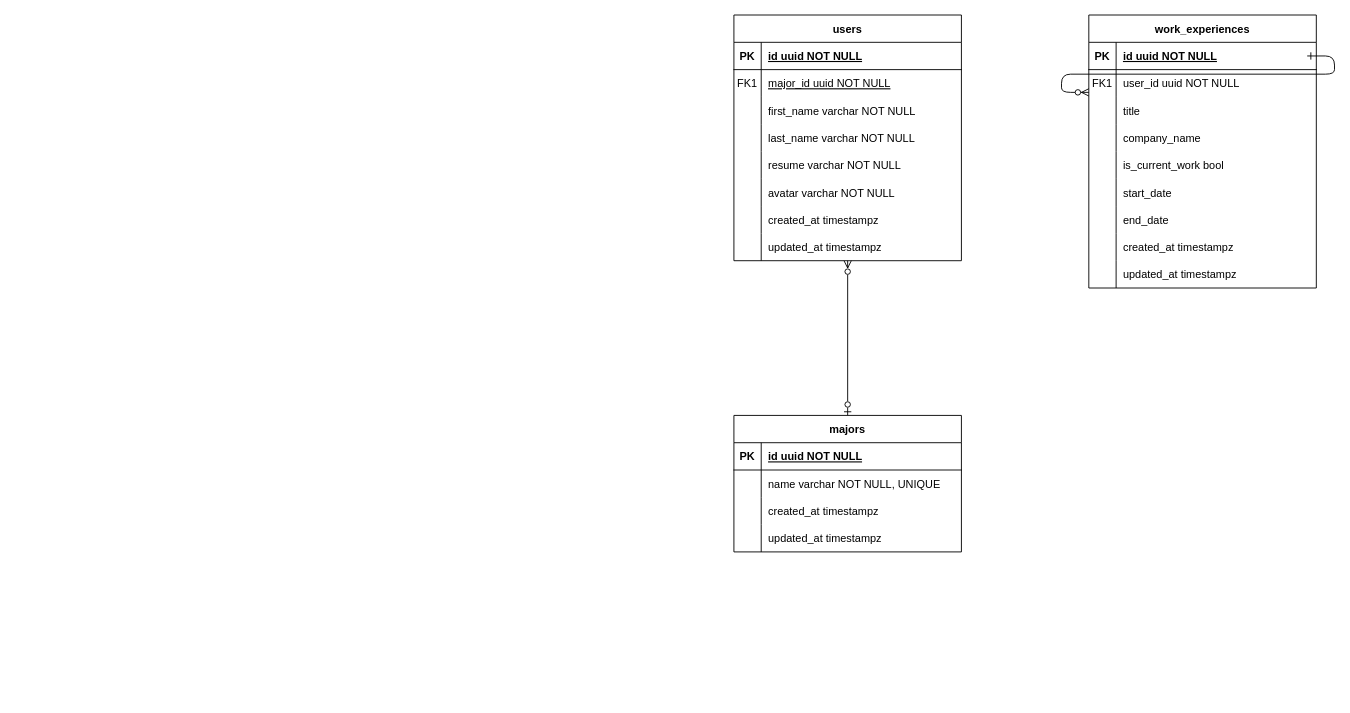
The draw.io diagram er-diagram.drawio in jmsandiegoo/launchlab_nus_app, before the edit. Source tidied: cells renumbered, new cells numbered last; positions are measured from the earlier drawing's top-left corner, leaving out a move shared by most shapes. Both pictures are drawn from the tidied source at 91%, with x=0, y=0 at pixel (733, 15).
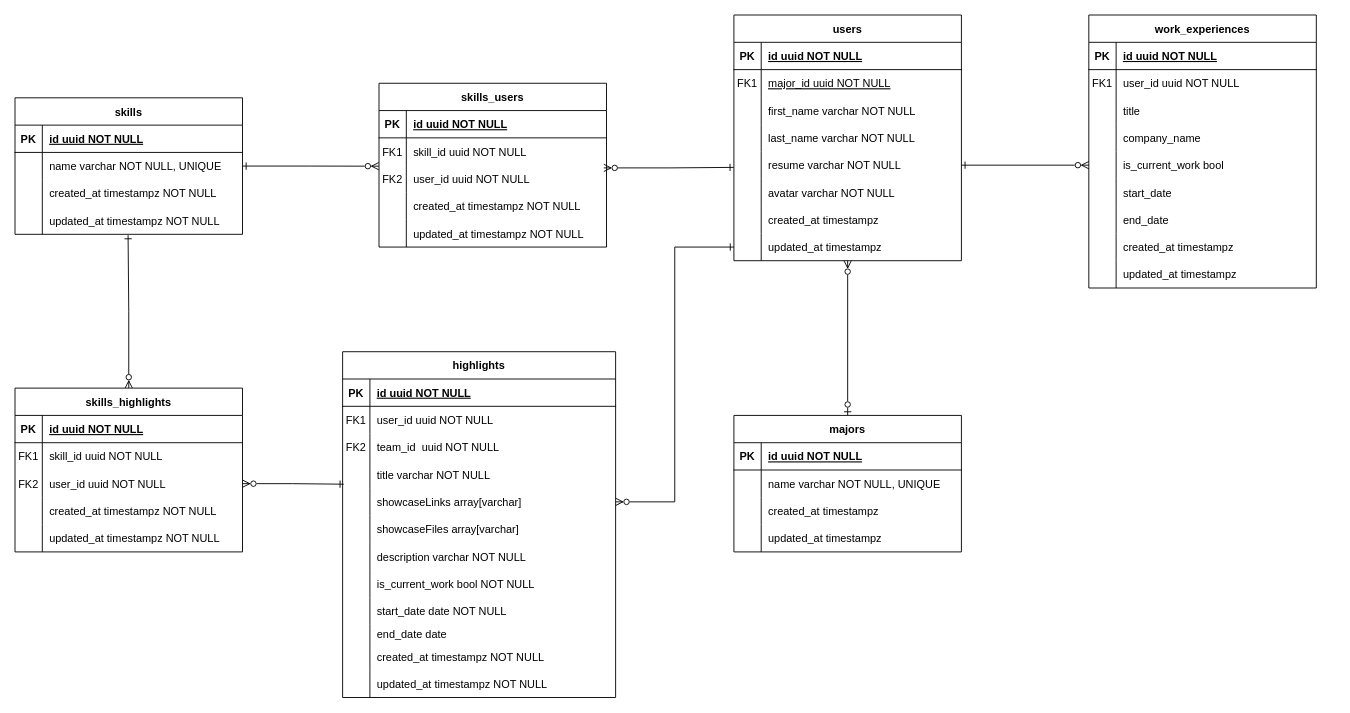
After the change.

Commit message:
updated er diagram with more tables

Unchanged cells that the change refers to:
```xml
<mxCell id="16" style="shape=partialRectangle;fillColor=none;points=[[0,0.5],[1,0.5]];portConstraint=eastwest;top=0;left=0;right=0;bottom=0;" parent="3" vertex="1">
  <mxGeometry y="150" width="250" height="30" as="geometry" />
</mxCell>
<mxCell id="25" style="shape=partialRectangle;fillColor=none;points=[[0,0.5],[1,0.5]];portConstraint=eastwest;top=0;left=0;right=0;bottom=0;" parent="3" vertex="1">
  <mxGeometry y="240" width="250" height="30" as="geometry" />
</mxCell>
<mxCell id="57" style="shape=partialRectangle;fillColor=none;points=[[0,0.5],[1,0.5]];portConstraint=eastwest;top=0;left=0;right=0;bottom=0;" parent="44" vertex="1">
  <mxGeometry y="150" width="250" height="30" as="geometry" />
</mxCell>
```

Change to the diagram source:
```diff
@@
-    <mxCell id="2" style="edgeStyle=entityRelationEdgeStyle;endArrow=ERzeroToMany;startArrow=ERone;endFill=1;startFill=0;" parent="1" edge="1">
-      <mxGeometry relative="1" as="geometry">
-        <mxPoint x="630" y="45" as="sourcePoint" />
-        <mxPoint x="390" y="85" as="targetPoint" />
-      </mxGeometry>
-    </mxCell>
@@
+    <mxCell id="72" value="skills" style="shape=table;startSize=30;childLayout=tableLayout;rowLines=0;fontStyle=1;align=center;" parent="1" vertex="1">
+      <mxGeometry x="-790" y="91" width="250" height="150" as="geometry" />
+    </mxCell>
+    <mxCell id="73" style="shape=partialRectangle;fillColor=none;top=0;left=0;right=0;bottom=1;" parent="72" vertex="1">
+      <mxGeometry y="30" width="250" height="30" as="geometry" />
+    </mxCell>
+    <mxCell id="74" value="PK" style="shape=partialRectangle;overflow=hidden;fillColor=none;top=0;left=0;bottom=0;right=0;fontStyle=1;" parent="73" vertex="1">
+      <mxGeometry width="30" height="30" as="geometry" />
+    </mxCell>
+    <mxCell id="75" value="id uuid NOT NULL " style="shape=partialRectangle;overflow=hidden;fillColor=none;top=0;left=0;bottom=0;right=0;align=left;spacingLeft=6;fontStyle=5;" parent="73" vertex="1">
+      <mxGeometry x="30" width="220" height="30" as="geometry" />
+    </mxCell>
+    <mxCell id="76" style="shape=partialRectangle;fillColor=none;points=[[0,0.5],[1,0.5]];portConstraint=eastwest;top=0;left=0;right=0;bottom=0;" parent="72" vertex="1">
+      <mxGeometry y="60" width="250" height="30" as="geometry" />
+    </mxCell>
+    <mxCell id="77" style="shape=partialRectangle;overflow=hidden;fillColor=none;top=0;left=0;bottom=0;right=0;" parent="76" vertex="1">
+      <mxGeometry width="30" height="30" as="geometry" />
+    </mxCell>
+    <mxCell id="78" value="name varchar NOT NULL, UNIQUE" style="shape=partialRectangle;overflow=hidden;fillColor=none;top=0;left=0;bottom=0;right=0;align=left;spacingLeft=6;" parent="76" vertex="1">
+      <mxGeometry x="30" width="220" height="30" as="geometry" />
+    </mxCell>
+    <mxCell id="79" style="shape=partialRectangle;fillColor=none;top=0;left=0;right=0;bottom=0;" parent="72" vertex="1">
+      <mxGeometry y="90" width="250" height="30" as="geometry" />
+    </mxCell>
+    <mxCell id="80" style="shape=partialRectangle;overflow=hidden;fillColor=none;top=0;left=0;bottom=0;right=0;" parent="79" vertex="1">
+      <mxGeometry width="30" height="30" as="geometry" />
+    </mxCell>
+    <mxCell id="81" value="created_at timestampz NOT NULL" style="shape=partialRectangle;overflow=hidden;fillColor=none;top=0;left=0;bottom=0;right=0;align=left;spacingLeft=6;" parent="79" vertex="1">
+      <mxGeometry x="30" width="220" height="30" as="geometry" />
+    </mxCell>
+    <mxCell id="82" style="shape=partialRectangle;fillColor=none;points=[[0,0.5],[1,0.5]];portConstraint=eastwest;top=0;left=0;right=0;bottom=0;" parent="72" vertex="1">
+      <mxGeometry y="120" width="250" height="30" as="geometry" />
+    </mxCell>
+    <mxCell id="83" style="shape=partialRectangle;overflow=hidden;fillColor=none;top=0;left=0;bottom=0;right=0;" parent="82" vertex="1">
+      <mxGeometry width="30" height="30" as="geometry" />
+    </mxCell>
+    <mxCell id="84" value="updated_at timestampz NOT NULL" style="shape=partialRectangle;overflow=hidden;fillColor=none;top=0;left=0;bottom=0;right=0;align=left;spacingLeft=6;" parent="82" vertex="1">
+      <mxGeometry x="30" width="220" height="30" as="geometry" />
+    </mxCell>
+    <mxCell id="85" value="skills_users" style="shape=table;startSize=30;childLayout=tableLayout;rowLines=0;fontStyle=1;align=center;" parent="1" vertex="1">
+      <mxGeometry x="-390" y="75" width="250" height="180" as="geometry" />
+    </mxCell>
+    <mxCell id="86" style="shape=partialRectangle;fillColor=none;top=0;left=0;right=0;bottom=1;" parent="85" vertex="1">
+      <mxGeometry y="30" width="250" height="30" as="geometry" />
+    </mxCell>
+    <mxCell id="87" value="PK" style="shape=partialRectangle;overflow=hidden;fillColor=none;top=0;left=0;bottom=0;right=0;fontStyle=1;" parent="86" vertex="1">
+      <mxGeometry width="30" height="30" as="geometry" />
+    </mxCell>
+    <mxCell id="88" value="id uuid NOT NULL " style="shape=partialRectangle;overflow=hidden;fillColor=none;top=0;left=0;bottom=0;right=0;align=left;spacingLeft=6;fontStyle=5;" parent="86" vertex="1">
+      <mxGeometry x="30" width="220" height="30" as="geometry" />
+    </mxCell>
+    <mxCell id="89" style="shape=partialRectangle;fillColor=none;top=0;left=0;right=0;bottom=0;" parent="85" vertex="1">
+      <mxGeometry y="60" width="250" height="30" as="geometry" />
+    </mxCell>
+    <mxCell id="90" value="FK1" style="shape=partialRectangle;overflow=hidden;fillColor=none;top=0;left=0;bottom=0;right=0;" parent="89" vertex="1">
+      <mxGeometry width="30" height="30" as="geometry" />
+    </mxCell>
+    <mxCell id="91" value="skill_id uuid NOT NULL" style="shape=partialRectangle;overflow=hidden;fillColor=none;top=0;left=0;bottom=0;right=0;align=left;spacingLeft=6;" parent="89" vertex="1">
+      <mxGeometry x="30" width="220" height="30" as="geometry" />
+    </mxCell>
+    <mxCell id="92" style="shape=partialRectangle;fillColor=none;points=[[0,0.5],[1,0.5]];portConstraint=eastwest;top=0;left=0;right=0;bottom=0;" parent="85" vertex="1">
+      <mxGeometry y="90" width="250" height="30" as="geometry" />
+    </mxCell>
+    <mxCell id="93" value="FK2" style="shape=partialRectangle;overflow=hidden;fillColor=none;top=0;left=0;bottom=0;right=0;" parent="92" vertex="1">
+      <mxGeometry width="30" height="30" as="geometry" />
+    </mxCell>
+    <mxCell id="94" value="user_id uuid NOT NULL" style="shape=partialRectangle;overflow=hidden;fillColor=none;top=0;left=0;bottom=0;right=0;align=left;spacingLeft=6;" parent="92" vertex="1">
+      <mxGeometry x="30" width="220" height="30" as="geometry" />
+    </mxCell>
+    <mxCell id="95" style="shape=partialRectangle;fillColor=none;top=0;left=0;right=0;bottom=0;" parent="85" vertex="1">
+      <mxGeometry y="120" width="250" height="30" as="geometry" />
+    </mxCell>
+    <mxCell id="96" style="shape=partialRectangle;overflow=hidden;fillColor=none;top=0;left=0;bottom=0;right=0;" parent="95" vertex="1">
+      <mxGeometry width="30" height="30" as="geometry" />
+    </mxCell>
+    <mxCell id="97" value="created_at timestampz NOT NULL" style="shape=partialRectangle;overflow=hidden;fillColor=none;top=0;left=0;bottom=0;right=0;align=left;spacingLeft=6;" parent="95" vertex="1">
+      <mxGeometry x="30" width="220" height="30" as="geometry" />
+    </mxCell>
+    <mxCell id="98" style="shape=partialRectangle;fillColor=none;top=0;left=0;right=0;bottom=0;" parent="85" vertex="1">
+      <mxGeometry y="150" width="250" height="30" as="geometry" />
+    </mxCell>
+    <mxCell id="99" style="shape=partialRectangle;overflow=hidden;fillColor=none;top=0;left=0;bottom=0;right=0;" parent="98" vertex="1">
+      <mxGeometry width="30" height="30" as="geometry" />
+    </mxCell>
+    <mxCell id="100" value="updated_at timestampz NOT NULL" style="shape=partialRectangle;overflow=hidden;fillColor=none;top=0;left=0;bottom=0;right=0;align=left;spacingLeft=6;" parent="98" vertex="1">
+      <mxGeometry x="30" width="220" height="30" as="geometry" />
+    </mxCell>
+    <mxCell id="101" style="edgeStyle=orthogonalEdgeStyle;rounded=0;jettySize=auto;html=1;exitX=1;exitY=0.5;exitDx=0;exitDy=0;entryX=-0.001;entryY=0.037;entryDx=0;entryDy=0;entryPerimeter=0;endArrow=ERzeroToMany;endFill=0;startArrow=ERone;startFill=0;" parent="1" edge="1" source="76" target="92">
+      <mxGeometry relative="1" as="geometry" />
+    </mxCell>
+    <mxCell id="102" style="edgeStyle=orthogonalEdgeStyle;rounded=0;jettySize=auto;html=1;exitX=0.988;exitY=0.1;exitDx=0;exitDy=0;entryX=-0.001;entryY=0.581;entryDx=0;entryDy=0;endArrow=ERone;endFill=0;startArrow=ERzeroToMany;startFill=0;exitPerimeter=0;entryPerimeter=0;" parent="1" edge="1" source="92" target="16">
+      <mxGeometry relative="1" as="geometry" />
+    </mxCell>
+    <mxCell id="103" value="highlights" style="shape=table;startSize=30;childLayout=tableLayout;rowLines=0;fontStyle=1;align=center;" parent="1" vertex="1">
+      <mxGeometry x="-430" y="370" width="300" height="380" as="geometry" />
+    </mxCell>
+    <mxCell id="104" style="shape=partialRectangle;fillColor=none;top=0;left=0;right=0;bottom=1;" parent="103" vertex="1">
+      <mxGeometry y="30" width="300" height="30" as="geometry" />
+    </mxCell>
+    <mxCell id="105" value="PK" style="shape=partialRectangle;overflow=hidden;fillColor=none;top=0;left=0;bottom=0;right=0;fontStyle=1;" parent="104" vertex="1">
+      <mxGeometry width="30" height="30" as="geometry" />
+    </mxCell>
+    <mxCell id="106" value="id uuid NOT NULL " style="shape=partialRectangle;overflow=hidden;fillColor=none;top=0;left=0;bottom=0;right=0;align=left;spacingLeft=6;fontStyle=5;" parent="104" vertex="1">
+      <mxGeometry x="30" width="270" height="30" as="geometry" />
+    </mxCell>
+    <mxCell id="107" style="shape=partialRectangle;fillColor=none;top=0;left=0;right=0;bottom=0;" parent="103" vertex="1">
+      <mxGeometry y="60" width="300" height="30" as="geometry" />
+    </mxCell>
+    <mxCell id="108" value="FK1" style="shape=partialRectangle;overflow=hidden;fillColor=none;top=0;left=0;bottom=0;right=0;" parent="107" vertex="1">
+      <mxGeometry width="30" height="30" as="geometry" />
+    </mxCell>
+    <mxCell id="109" value="user_id uuid NOT NULL" style="shape=partialRectangle;overflow=hidden;fillColor=none;top=0;left=0;bottom=0;right=0;align=left;spacingLeft=6;" parent="107" vertex="1">
+      <mxGeometry x="30" width="270" height="30" as="geometry" />
+    </mxCell>
+    <mxCell id="110" style="shape=partialRectangle;fillColor=none;top=0;left=0;right=0;bottom=0;" parent="103" vertex="1">
+      <mxGeometry y="90" width="300" height="30" as="geometry" />
+    </mxCell>
+    <mxCell id="111" value="FK2" style="shape=partialRectangle;overflow=hidden;fillColor=none;top=0;left=0;bottom=0;right=0;" parent="110" vertex="1">
+      <mxGeometry width="30" height="30" as="geometry" />
+    </mxCell>
+    <mxCell id="112" value="team_id  uuid NOT NULL" style="shape=partialRectangle;overflow=hidden;fillColor=none;top=0;left=0;bottom=0;right=0;align=left;spacingLeft=6;" parent="110" vertex="1">
+      <mxGeometry x="30" width="270" height="30" as="geometry" />
+    </mxCell>
+    <mxCell id="113" style="shape=partialRectangle;fillColor=none;top=0;left=0;right=0;bottom=0;" parent="103" vertex="1">
+      <mxGeometry y="120" width="300" height="30" as="geometry" />
+    </mxCell>
+    <mxCell id="114" style="shape=partialRectangle;overflow=hidden;fillColor=none;top=0;left=0;bottom=0;right=0;" parent="113" vertex="1">
+      <mxGeometry width="30" height="30" as="geometry" />
+    </mxCell>
+    <mxCell id="115" value="title varchar NOT NULL" style="shape=partialRectangle;overflow=hidden;fillColor=none;top=0;left=0;bottom=0;right=0;align=left;spacingLeft=6;" parent="113" vertex="1">
+      <mxGeometry x="30" width="270" height="30" as="geometry" />
+    </mxCell>
+    <mxCell id="116" style="shape=partialRectangle;fillColor=none;points=[[0,0.5],[1,0.5]];portConstraint=eastwest;top=0;left=0;right=0;bottom=0;" parent="103" vertex="1">
+      <mxGeometry y="150" width="300" height="30" as="geometry" />
+    </mxCell>
+    <mxCell id="117" style="shape=partialRectangle;overflow=hidden;fillColor=none;top=0;left=0;bottom=0;right=0;" parent="116" vertex="1">
+      <mxGeometry width="30" height="30" as="geometry" />
+    </mxCell>
+    <mxCell id="118" value="showcaseLinks array[varchar]" style="shape=partialRectangle;overflow=hidden;fillColor=none;top=0;left=0;bottom=0;right=0;align=left;spacingLeft=6;" parent="116" vertex="1">
+      <mxGeometry x="30" width="270" height="30" as="geometry" />
+    </mxCell>
+    <mxCell id="119" style="shape=partialRectangle;fillColor=none;top=0;left=0;right=0;bottom=0;" parent="103" vertex="1">
+      <mxGeometry y="180" width="300" height="30" as="geometry" />
+    </mxCell>
+    <mxCell id="120" style="shape=partialRectangle;overflow=hidden;fillColor=none;top=0;left=0;bottom=0;right=0;" parent="119" vertex="1">
+      <mxGeometry width="30" height="30" as="geometry" />
+    </mxCell>
+    <mxCell id="121" value="showcaseFiles array[varchar]" style="shape=partialRectangle;overflow=hidden;fillColor=none;top=0;left=0;bottom=0;right=0;align=left;spacingLeft=6;" parent="119" vertex="1">
+      <mxGeometry x="30" width="270" height="30" as="geometry" />
+    </mxCell>
+    <mxCell id="122" style="shape=partialRectangle;fillColor=none;top=0;left=0;right=0;bottom=0;" parent="103" vertex="1">
+      <mxGeometry y="210" width="300" height="30" as="geometry" />
+    </mxCell>
+    <mxCell id="123" style="shape=partialRectangle;overflow=hidden;fillColor=none;top=0;left=0;bottom=0;right=0;" parent="122" vertex="1">
+      <mxGeometry width="30" height="30" as="geometry" />
+    </mxCell>
+    <mxCell id="124" value="description varchar NOT NULL" style="shape=partialRectangle;overflow=hidden;fillColor=none;top=0;left=0;bottom=0;right=0;align=left;spacingLeft=6;" parent="122" vertex="1">
+      <mxGeometry x="30" width="270" height="30" as="geometry" />
+    </mxCell>
+    <mxCell id="125" style="shape=partialRectangle;fillColor=none;top=0;left=0;right=0;bottom=0;" parent="103" vertex="1">
+      <mxGeometry y="240" width="300" height="30" as="geometry" />
+    </mxCell>
+    <mxCell id="126" style="shape=partialRectangle;overflow=hidden;fillColor=none;top=0;left=0;bottom=0;right=0;" parent="125" vertex="1">
+      <mxGeometry width="30" height="30" as="geometry" />
+    </mxCell>
+    <mxCell id="127" value="is_current_work bool NOT NULL" style="shape=partialRectangle;overflow=hidden;fillColor=none;top=0;left=0;bottom=0;right=0;align=left;spacingLeft=6;" parent="125" vertex="1">
+      <mxGeometry x="30" width="270" height="30" as="geometry" />
+    </mxCell>
+    <mxCell id="128" style="shape=partialRectangle;fillColor=none;top=0;left=0;right=0;bottom=0;" parent="103" vertex="1">
+      <mxGeometry y="270" width="300" height="30" as="geometry" />
+    </mxCell>
+    <mxCell id="129" style="shape=partialRectangle;overflow=hidden;fillColor=none;top=0;left=0;bottom=0;right=0;" parent="128" vertex="1">
+      <mxGeometry width="30" height="30" as="geometry" />
+    </mxCell>
+    <mxCell id="130" value="start_date date NOT NULL" style="shape=partialRectangle;overflow=hidden;fillColor=none;top=0;left=0;bottom=0;right=0;align=left;spacingLeft=6;" parent="128" vertex="1">
+      <mxGeometry x="30" width="270" height="30" as="geometry" />
+    </mxCell>
+    <mxCell id="131" style="shape=partialRectangle;fillColor=none;top=0;left=0;right=0;bottom=0;" parent="103" vertex="1">
+      <mxGeometry y="300" width="300" height="20" as="geometry" />
+    </mxCell>
+    <mxCell id="132" style="shape=partialRectangle;overflow=hidden;fillColor=none;top=0;left=0;bottom=0;right=0;" parent="131" vertex="1">
+      <mxGeometry width="30" height="20" as="geometry" />
+    </mxCell>
+    <mxCell id="133" value="end_date date" style="shape=partialRectangle;overflow=hidden;fillColor=none;top=0;left=0;bottom=0;right=0;align=left;spacingLeft=6;" parent="131" vertex="1">
+      <mxGeometry x="30" width="270" height="20" as="geometry" />
+    </mxCell>
+    <mxCell id="134" style="shape=partialRectangle;fillColor=none;top=0;left=0;right=0;bottom=0;" parent="103" vertex="1">
+      <mxGeometry y="320" width="300" height="30" as="geometry" />
+    </mxCell>
+    <mxCell id="135" style="shape=partialRectangle;overflow=hidden;fillColor=none;top=0;left=0;bottom=0;right=0;" parent="134" vertex="1">
+      <mxGeometry width="30" height="30" as="geometry" />
+    </mxCell>
+    <mxCell id="136" value="created_at timestampz NOT NULL" style="shape=partialRectangle;overflow=hidden;fillColor=none;top=0;left=0;bottom=0;right=0;align=left;spacingLeft=6;" parent="134" vertex="1">
+      <mxGeometry x="30" width="270" height="30" as="geometry" />
+    </mxCell>
+    <mxCell id="137" style="shape=partialRectangle;fillColor=none;top=0;left=0;right=0;bottom=0;" parent="103" vertex="1">
+      <mxGeometry y="350" width="300" height="30" as="geometry" />
+    </mxCell>
+    <mxCell id="138" style="shape=partialRectangle;overflow=hidden;fillColor=none;top=0;left=0;bottom=0;right=0;" parent="137" vertex="1">
+      <mxGeometry width="30" height="30" as="geometry" />
+    </mxCell>
+    <mxCell id="139" value="updated_at timestampz NOT NULL" style="shape=partialRectangle;overflow=hidden;fillColor=none;top=0;left=0;bottom=0;right=0;align=left;spacingLeft=6;" parent="137" vertex="1">
+      <mxGeometry x="30" width="270" height="30" as="geometry" />
+    </mxCell>
+    <mxCell id="140" style="edgeStyle=orthogonalEdgeStyle;rounded=0;jettySize=auto;html=1;exitX=0.5;exitY=0;exitDx=0;exitDy=0;entryX=0.497;entryY=1.03;entryDx=0;entryDy=0;entryPerimeter=0;endArrow=ERone;endFill=0;startArrow=ERzeroToMany;startFill=0;" parent="1" edge="1" source="141" target="82">
+      <mxGeometry relative="1" as="geometry" />
+    </mxCell>
+    <mxCell id="141" value="skills_highlights" style="shape=table;startSize=30;childLayout=tableLayout;rowLines=0;fontStyle=1;align=center;" parent="1" vertex="1">
+      <mxGeometry x="-790" y="410" width="250" height="180" as="geometry" />
+    </mxCell>
+    <mxCell id="142" style="shape=partialRectangle;fillColor=none;top=0;left=0;right=0;bottom=1;" parent="141" vertex="1">
+      <mxGeometry y="30" width="250" height="30" as="geometry" />
+    </mxCell>
+    <mxCell id="143" value="PK" style="shape=partialRectangle;overflow=hidden;fillColor=none;top=0;left=0;bottom=0;right=0;fontStyle=1;" parent="142" vertex="1">
+      <mxGeometry width="30" height="30" as="geometry" />
+    </mxCell>
+    <mxCell id="144" value="id uuid NOT NULL " style="shape=partialRectangle;overflow=hidden;fillColor=none;top=0;left=0;bottom=0;right=0;align=left;spacingLeft=6;fontStyle=5;" parent="142" vertex="1">
+      <mxGeometry x="30" width="220" height="30" as="geometry" />
+    </mxCell>
+    <mxCell id="145" style="shape=partialRectangle;fillColor=none;top=0;left=0;right=0;bottom=0;" parent="141" vertex="1">
+      <mxGeometry y="60" width="250" height="30" as="geometry" />
+    </mxCell>
+    <mxCell id="146" value="FK1" style="shape=partialRectangle;overflow=hidden;fillColor=none;top=0;left=0;bottom=0;right=0;" parent="145" vertex="1">
+      <mxGeometry width="30" height="30" as="geometry" />
+    </mxCell>
+    <mxCell id="147" value="skill_id uuid NOT NULL" style="shape=partialRectangle;overflow=hidden;fillColor=none;top=0;left=0;bottom=0;right=0;align=left;spacingLeft=6;" parent="145" vertex="1">
+      <mxGeometry x="30" width="220" height="30" as="geometry" />
+    </mxCell>
+    <mxCell id="148" style="shape=partialRectangle;fillColor=none;points=[[0,0.5],[1,0.5]];portConstraint=eastwest;top=0;left=0;right=0;bottom=0;" parent="141" vertex="1">
+      <mxGeometry y="90" width="250" height="30" as="geometry" />
+    </mxCell>
+    <mxCell id="149" value="FK2" style="shape=partialRectangle;overflow=hidden;fillColor=none;top=0;left=0;bottom=0;right=0;" parent="148" vertex="1">
+      <mxGeometry width="30" height="30" as="geometry" />
+    </mxCell>
+    <mxCell id="150" value="user_id uuid NOT NULL" style="shape=partialRectangle;overflow=hidden;fillColor=none;top=0;left=0;bottom=0;right=0;align=left;spacingLeft=6;" parent="148" vertex="1">
+      <mxGeometry x="30" width="220" height="30" as="geometry" />
+    </mxCell>
+    <mxCell id="151" style="shape=partialRectangle;fillColor=none;top=0;left=0;right=0;bottom=0;" parent="141" vertex="1">
+      <mxGeometry y="120" width="250" height="30" as="geometry" />
+    </mxCell>
+    <mxCell id="152" style="shape=partialRectangle;overflow=hidden;fillColor=none;top=0;left=0;bottom=0;right=0;" parent="151" vertex="1">
+      <mxGeometry width="30" height="30" as="geometry" />
+    </mxCell>
+    <mxCell id="153" value="created_at timestampz NOT NULL" style="shape=partialRectangle;overflow=hidden;fillColor=none;top=0;left=0;bottom=0;right=0;align=left;spacingLeft=6;" parent="151" vertex="1">
+      <mxGeometry x="30" width="220" height="30" as="geometry" />
+    </mxCell>
+    <mxCell id="154" style="shape=partialRectangle;fillColor=none;top=0;left=0;right=0;bottom=0;" parent="141" vertex="1">
+      <mxGeometry y="150" width="250" height="30" as="geometry" />
+    </mxCell>
+    <mxCell id="155" style="shape=partialRectangle;overflow=hidden;fillColor=none;top=0;left=0;bottom=0;right=0;" parent="154" vertex="1">
+      <mxGeometry width="30" height="30" as="geometry" />
+    </mxCell>
+    <mxCell id="156" value="updated_at timestampz NOT NULL" style="shape=partialRectangle;overflow=hidden;fillColor=none;top=0;left=0;bottom=0;right=0;align=left;spacingLeft=6;" parent="154" vertex="1">
+      <mxGeometry x="30" width="220" height="30" as="geometry" />
+    </mxCell>
+    <mxCell id="157" style="edgeStyle=orthogonalEdgeStyle;rounded=0;jettySize=auto;html=1;entryX=0.004;entryY=-0.147;entryDx=0;entryDy=0;entryPerimeter=0;endArrow=ERone;endFill=0;startArrow=ERzeroToMany;startFill=0;" parent="1" edge="1" source="148" target="116">
+      <mxGeometry relative="1" as="geometry" />
+    </mxCell>
+    <mxCell id="158" style="edgeStyle=orthogonalEdgeStyle;rounded=0;jettySize=auto;html=1;entryX=0;entryY=0.5;entryDx=0;entryDy=0;endArrow=ERone;endFill=0;startArrow=ERzeroToMany;startFill=0;" parent="1" edge="1" source="116" target="25">
+      <mxGeometry relative="1" as="geometry" />
+    </mxCell>
+    <mxCell id="159" style="edgeStyle=orthogonalEdgeStyle;rounded=0;jettySize=auto;html=1;exitX=0;exitY=0.5;exitDx=0;exitDy=0;entryX=1;entryY=0.5;entryDx=0;entryDy=0;endArrow=ERone;endFill=0;startArrow=ERzeroToMany;startFill=0;" parent="1" edge="1" source="57" target="16">
+      <mxGeometry relative="1" as="geometry" />
+    </mxCell>
```
